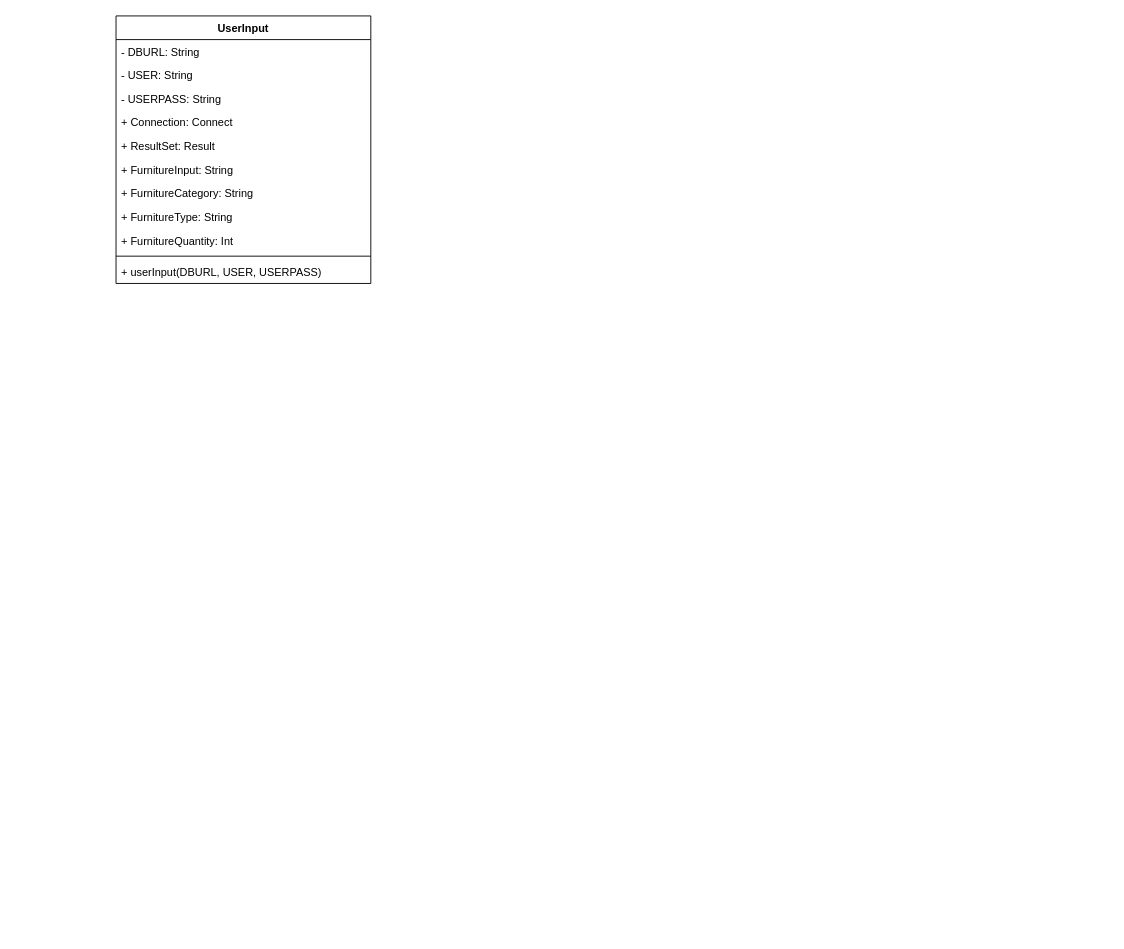
MushtabaA/Supply-Chain-Project keeps this draw.io diagram as src/edu/ucalgary/ensf409/FinalProjectUML.drawio. Above is the earlier version. Source tidied: cells renumbered, new cells numbered last; positions are measured from the earlier drawing's top-left corner, leaving out a move shared by most shapes. Both pictures are drawn from the tidied source at 91%, with x=0, y=0 at pixel (116, 15).
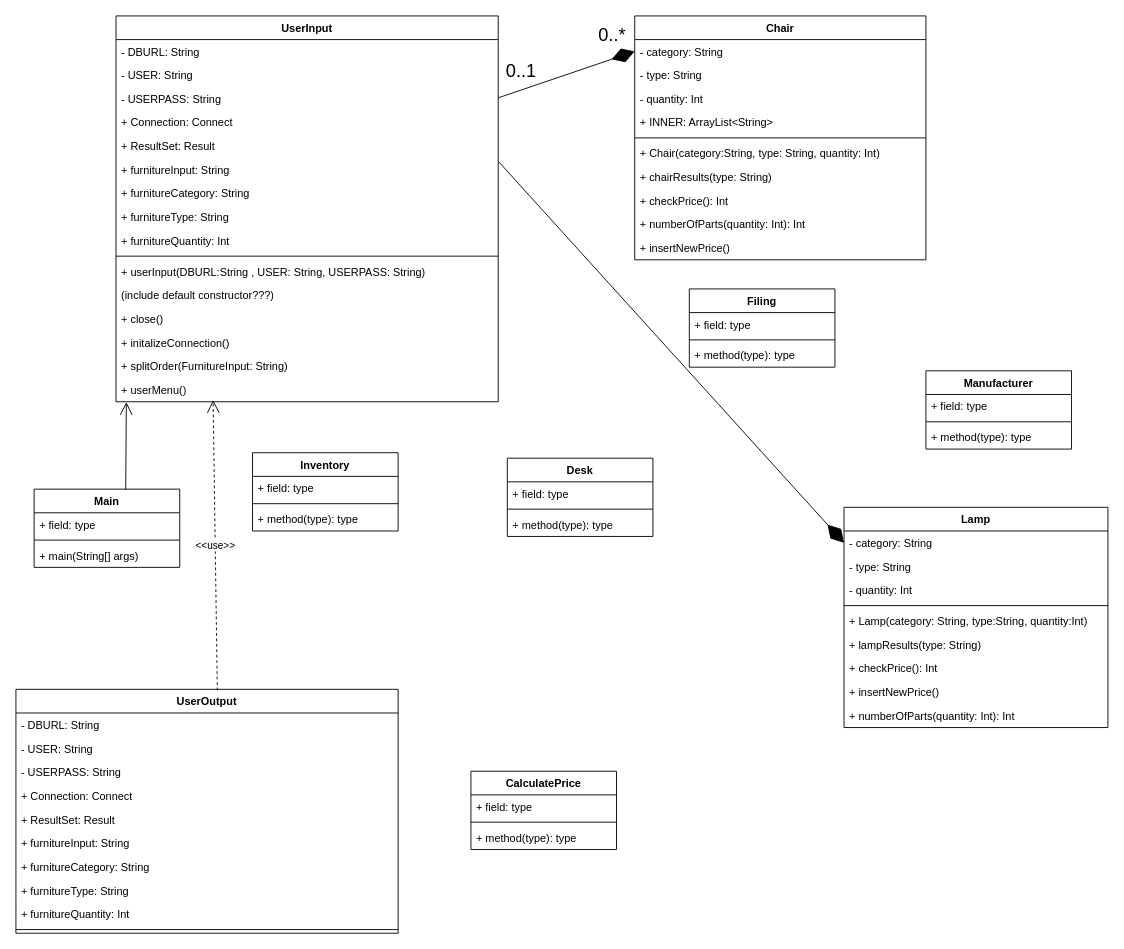
After the change.

Commit message:
Did the classes relationship and then included data memebers and methods

What changed in the source:
```diff
@@
     <mxCell id="2" value="UserInput" style="swimlane;fontStyle=1;align=center;verticalAlign=top;horizontal=1;startSize=26;" parent="1" vertex="1">
-      <mxGeometry width="280" height="294" as="geometry" />
+      <mxGeometry width="420" height="424" as="geometry" />
     </mxCell>
     <mxCell id="3" value="- DBURL: String" style="text;strokeColor=none;fillColor=none;align=left;verticalAlign=top;spacingLeft=4;spacingRight=4;overflow=hidden;" parent="2" vertex="1">
-      <mxGeometry y="26" width="280" height="26" as="geometry" />
+      <mxGeometry y="26" width="420" height="26" as="geometry" />
     </mxCell>
     <mxCell id="4" value="- USER: String " style="text;strokeColor=none;fillColor=none;align=left;verticalAlign=top;spacingLeft=4;spacingRight=4;overflow=hidden;" parent="2" vertex="1">
-      <mxGeometry y="52" width="280" height="26" as="geometry" />
+      <mxGeometry y="52" width="420" height="26" as="geometry" />
     </mxCell>
     <mxCell id="5" value="- USERPASS: String" style="text;strokeColor=none;fillColor=none;align=left;verticalAlign=top;spacingLeft=4;spacingRight=4;overflow=hidden;" parent="2" vertex="1">
-      <mxGeometry y="78" width="280" height="26" as="geometry" />
+      <mxGeometry y="78" width="420" height="26" as="geometry" />
     </mxCell>
     <mxCell id="6" value="+ Connection: Connect" style="text;strokeColor=none;fillColor=none;align=left;verticalAlign=top;spacingLeft=4;spacingRight=4;overflow=hidden;" parent="2" vertex="1">
-      <mxGeometry y="104" width="280" height="26" as="geometry" />
+      <mxGeometry y="104" width="420" height="26" as="geometry" />
     </mxCell>
     <mxCell id="7" value="+ ResultSet: Result" style="text;strokeColor=none;fillColor=none;align=left;verticalAlign=top;spacingLeft=4;spacingRight=4;overflow=hidden;" parent="2" vertex="1">
-      <mxGeometry y="130" width="280" height="26" as="geometry" />
+      <mxGeometry y="130" width="420" height="26" as="geometry" />
     </mxCell>
-    <mxCell id="8" value="+ FurnitureInput: String " style="text;strokeColor=none;fillColor=none;align=left;verticalAlign=top;spacingLeft=4;spacingRight=4;overflow=hidden;points=[[0,0.5],[1,0.5]];portConstraint=eastwest;" parent="2" vertex="1">
-      <mxGeometry y="156" width="280" height="26" as="geometry" />
+    <mxCell id="8" value="+ furnitureInput: String " style="text;strokeColor=none;fillColor=none;align=left;verticalAlign=top;spacingLeft=4;spacingRight=4;overflow=hidden;points=[[0,0.5],[1,0.5]];portConstraint=eastwest;" parent="2" vertex="1">
+      <mxGeometry y="156" width="420" height="26" as="geometry" />
     </mxCell>
-    <mxCell id="9" value="+ FurnitureCategory: String" style="text;strokeColor=none;fillColor=none;align=left;verticalAlign=top;spacingLeft=4;spacingRight=4;overflow=hidden;" parent="2" vertex="1">
-      <mxGeometry y="182" width="280" height="26" as="geometry" />
+    <mxCell id="9" value="+ furnitureCategory: String" style="text;strokeColor=none;fillColor=none;align=left;verticalAlign=top;spacingLeft=4;spacingRight=4;overflow=hidden;" parent="2" vertex="1">
+      <mxGeometry y="182" width="420" height="26" as="geometry" />
     </mxCell>
-    <mxCell id="10" value="+ FurnitureType: String" style="text;strokeColor=none;fillColor=none;align=left;verticalAlign=top;spacingLeft=4;spacingRight=4;overflow=hidden;" parent="2" vertex="1">
-      <mxGeometry y="208" width="280" height="26" as="geometry" />
+    <mxCell id="10" value="+ furnitureType: String" style="text;strokeColor=none;fillColor=none;align=left;verticalAlign=top;spacingLeft=4;spacingRight=4;overflow=hidden;" parent="2" vertex="1">
+      <mxGeometry y="208" width="420" height="26" as="geometry" />
     </mxCell>
-    <mxCell id="11" value="+ FurnitureQuantity: Int" style="text;strokeColor=none;fillColor=none;align=left;verticalAlign=top;spacingLeft=4;spacingRight=4;overflow=hidden;" parent="2" vertex="1">
-      <mxGeometry y="234" width="280" height="26" as="geometry" />
+    <mxCell id="11" value="+ furnitureQuantity: Int" style="text;strokeColor=none;fillColor=none;align=left;verticalAlign=top;spacingLeft=4;spacingRight=4;overflow=hidden;" parent="2" vertex="1">
+      <mxGeometry y="234" width="420" height="26" as="geometry" />
     </mxCell>
     <mxCell id="12" style="line;strokeWidth=1;fillColor=none;align=left;verticalAlign=middle;spacingTop=-1;spacingLeft=3;spacingRight=3;labelPosition=right;" parent="2" vertex="1">
-      <mxGeometry y="260" width="280" height="8" as="geometry" />
+      <mxGeometry y="260" width="420" height="8" as="geometry" />
     </mxCell>
-    <mxCell id="13" value="+ userInput(DBURL, USER, USERPASS)" style="text;strokeColor=none;fillColor=none;align=left;verticalAlign=top;spacingLeft=4;spacingRight=4;overflow=hidden;" parent="2" vertex="1">
-      <mxGeometry y="268" width="280" height="26" as="geometry" />
+    <mxCell id="13" value="+ userInput(DBURL:String , USER: String, USERPASS: String)" style="text;strokeColor=none;fillColor=none;align=left;verticalAlign=top;spacingLeft=4;spacingRight=4;overflow=hidden;" parent="2" vertex="1">
+      <mxGeometry y="268" width="420" height="26" as="geometry" />
     </mxCell>
+    <mxCell id="14" value="(include default constructor???)" style="text;strokeColor=none;fillColor=none;align=left;verticalAlign=top;spacingLeft=4;spacingRight=4;overflow=hidden;" parent="2" vertex="1">
+      <mxGeometry y="294" width="420" height="26" as="geometry" />
+    </mxCell>
+    <mxCell id="15" value="+ close()" style="text;strokeColor=none;fillColor=none;align=left;verticalAlign=top;spacingLeft=4;spacingRight=4;overflow=hidden;" parent="2" vertex="1">
+      <mxGeometry y="320" width="420" height="26" as="geometry" />
+    </mxCell>
+    <mxCell id="16" value="+ initalizeConnection()" style="text;strokeColor=none;fillColor=none;align=left;verticalAlign=top;spacingLeft=4;spacingRight=4;overflow=hidden;" parent="2" vertex="1">
+      <mxGeometry y="346" width="420" height="26" as="geometry" />
+    </mxCell>
+    <mxCell id="17" value="+ splitOrder(FurnitureInput: String)" style="text;strokeColor=none;fillColor=none;align=left;verticalAlign=top;spacingLeft=4;spacingRight=4;overflow=hidden;" parent="2" vertex="1">
+      <mxGeometry y="372" width="420" height="26" as="geometry" />
+    </mxCell>
+    <mxCell id="18" value="+ userMenu()" style="text;strokeColor=none;fillColor=none;align=left;verticalAlign=top;spacingLeft=4;spacingRight=4;overflow=hidden;points=[[0,0.5],[1,0.5]];portConstraint=eastwest;" parent="2" vertex="1">
+      <mxGeometry y="398" width="420" height="26" as="geometry" />
+    </mxCell>
+    <mxCell id="19" value="Chair" style="swimlane;fontStyle=1;align=center;verticalAlign=top;horizontal=1;startSize=26;" parent="1" vertex="1">
+      <mxGeometry x="570" width="320" height="268" as="geometry" />
+    </mxCell>
+    <mxCell id="20" value="- category: String" style="text;strokeColor=none;fillColor=none;align=left;verticalAlign=top;spacingLeft=4;spacingRight=4;overflow=hidden;points=[[0,0.5],[1,0.5]];portConstraint=eastwest;" parent="19" vertex="1">
+      <mxGeometry y="26" width="320" height="26" as="geometry" />
+    </mxCell>
+    <mxCell id="21" value="- type: String" style="text;strokeColor=none;fillColor=none;align=left;verticalAlign=top;spacingLeft=4;spacingRight=4;overflow=hidden;" parent="19" vertex="1">
+      <mxGeometry y="52" width="320" height="26" as="geometry" />
+    </mxCell>
+    <mxCell id="22" value="- quantity: Int" style="text;strokeColor=none;fillColor=none;align=left;verticalAlign=top;spacingLeft=4;spacingRight=4;overflow=hidden;" parent="19" vertex="1">
+      <mxGeometry y="78" width="320" height="26" as="geometry" />
+    </mxCell>
+    <mxCell id="23" value="+ INNER: ArrayList&lt;String&gt;" style="text;strokeColor=none;fillColor=none;align=left;verticalAlign=top;spacingLeft=4;spacingRight=4;overflow=hidden;" parent="19" vertex="1">
+      <mxGeometry y="104" width="320" height="26" as="geometry" />
+    </mxCell>
+    <mxCell id="24" style="line;strokeWidth=1;fillColor=none;align=left;verticalAlign=middle;spacingTop=-1;spacingLeft=3;spacingRight=3;labelPosition=right;" parent="19" vertex="1">
+      <mxGeometry y="130" width="320" height="8" as="geometry" />
+    </mxCell>
+    <mxCell id="25" value="+ Chair(category:String, type: String, quantity: Int)" style="text;strokeColor=none;fillColor=none;align=left;verticalAlign=top;spacingLeft=4;spacingRight=4;overflow=hidden;" parent="19" vertex="1">
+      <mxGeometry y="138" width="320" height="26" as="geometry" />
+    </mxCell>
+    <mxCell id="26" value="+ chairResults(type: String)" style="text;strokeColor=none;fillColor=none;align=left;verticalAlign=top;spacingLeft=4;spacingRight=4;overflow=hidden;" parent="19" vertex="1">
+      <mxGeometry y="164" width="320" height="26" as="geometry" />
+    </mxCell>
+    <mxCell id="27" value="+ checkPrice(): Int" style="text;strokeColor=none;fillColor=none;align=left;verticalAlign=top;spacingLeft=4;spacingRight=4;overflow=hidden;" parent="19" vertex="1">
+      <mxGeometry y="190" width="320" height="26" as="geometry" />
+    </mxCell>
+    <mxCell id="28" value="+ numberOfParts(quantity: Int): Int" style="text;strokeColor=none;fillColor=none;align=left;verticalAlign=top;spacingLeft=4;spacingRight=4;overflow=hidden;" parent="19" vertex="1">
+      <mxGeometry y="216" width="320" height="26" as="geometry" />
+    </mxCell>
+    <mxCell id="29" value="+ insertNewPrice()" style="text;strokeColor=none;fillColor=none;align=left;verticalAlign=top;spacingLeft=4;spacingRight=4;overflow=hidden;" parent="19" vertex="1">
+      <mxGeometry y="242" width="320" height="26" as="geometry" />
+    </mxCell>
+    <mxCell id="30" value="CalculatePrice" style="swimlane;fontStyle=1;align=center;verticalAlign=top;horizontal=1;startSize=26;" parent="1" vertex="1">
+      <mxGeometry x="390" y="830" width="160" height="86" as="geometry" />
+    </mxCell>
+    <mxCell id="31" value="+ field: type" style="text;strokeColor=none;fillColor=none;align=left;verticalAlign=top;spacingLeft=4;spacingRight=4;overflow=hidden;" parent="30" vertex="1">
+      <mxGeometry y="26" width="160" height="26" as="geometry" />
+    </mxCell>
+    <mxCell id="32" style="line;strokeWidth=1;fillColor=none;align=left;verticalAlign=middle;spacingTop=-1;spacingLeft=3;spacingRight=3;labelPosition=right;" parent="30" vertex="1">
+      <mxGeometry y="52" width="160" height="8" as="geometry" />
+    </mxCell>
+    <mxCell id="33" value="+ method(type): type" style="text;strokeColor=none;fillColor=none;align=left;verticalAlign=top;spacingLeft=4;spacingRight=4;overflow=hidden;" parent="30" vertex="1">
+      <mxGeometry y="60" width="160" height="26" as="geometry" />
+    </mxCell>
+    <mxCell id="34" value="Filing" style="swimlane;fontStyle=1;align=center;verticalAlign=top;horizontal=1;startSize=26;" parent="1" vertex="1">
+      <mxGeometry x="630" y="300" width="160" height="86" as="geometry" />
+    </mxCell>
+    <mxCell id="35" value="+ field: type" style="text;strokeColor=none;fillColor=none;align=left;verticalAlign=top;spacingLeft=4;spacingRight=4;overflow=hidden;" parent="34" vertex="1">
+      <mxGeometry y="26" width="160" height="26" as="geometry" />
+    </mxCell>
+    <mxCell id="36" style="line;strokeWidth=1;fillColor=none;align=left;verticalAlign=middle;spacingTop=-1;spacingLeft=3;spacingRight=3;labelPosition=right;" parent="34" vertex="1">
+      <mxGeometry y="52" width="160" height="8" as="geometry" />
+    </mxCell>
+    <mxCell id="37" value="+ method(type): type" style="text;strokeColor=none;fillColor=none;align=left;verticalAlign=top;spacingLeft=4;spacingRight=4;overflow=hidden;" parent="34" vertex="1">
+      <mxGeometry y="60" width="160" height="26" as="geometry" />
+    </mxCell>
+    <mxCell id="38" value="Lamp" style="swimlane;fontStyle=1;align=center;verticalAlign=top;horizontal=1;startSize=26;" parent="1" vertex="1">
+      <mxGeometry x="800" y="540" width="290" height="242" as="geometry" />
+    </mxCell>
+    <mxCell id="39" value="- category: String" style="text;strokeColor=none;fillColor=none;align=left;verticalAlign=top;spacingLeft=4;spacingRight=4;overflow=hidden;points=[[0,0.5],[1,0.5]];portConstraint=eastwest;" parent="38" vertex="1">
+      <mxGeometry y="26" width="290" height="26" as="geometry" />
+    </mxCell>
+    <mxCell id="40" value="- type: String" style="text;strokeColor=none;fillColor=none;align=left;verticalAlign=top;spacingLeft=4;spacingRight=4;overflow=hidden;" parent="38" vertex="1">
+      <mxGeometry y="52" width="290" height="26" as="geometry" />
+    </mxCell>
+    <mxCell id="41" value="- quantity: Int" style="text;strokeColor=none;fillColor=none;align=left;verticalAlign=top;spacingLeft=4;spacingRight=4;overflow=hidden;" parent="38" vertex="1">
+      <mxGeometry y="78" width="290" height="26" as="geometry" />
+    </mxCell>
+    <mxCell id="42" style="line;strokeWidth=1;fillColor=none;align=left;verticalAlign=middle;spacingTop=-1;spacingLeft=3;spacingRight=3;labelPosition=right;" parent="38" vertex="1">
+      <mxGeometry y="104" width="290" height="8" as="geometry" />
+    </mxCell>
+    <mxCell id="43" value="+ Lamp(category: String, type:String, quantity:Int)" style="text;strokeColor=none;fillColor=none;align=left;verticalAlign=top;spacingLeft=4;spacingRight=4;overflow=hidden;" parent="38" vertex="1">
+      <mxGeometry y="112" width="290" height="26" as="geometry" />
+    </mxCell>
+    <mxCell id="44" value="+ lampResults(type: String)" style="text;strokeColor=none;fillColor=none;align=left;verticalAlign=top;spacingLeft=4;spacingRight=4;overflow=hidden;" parent="38" vertex="1">
+      <mxGeometry y="138" width="290" height="26" as="geometry" />
+    </mxCell>
+    <mxCell id="45" value="+ checkPrice(): Int" style="text;strokeColor=none;fillColor=none;align=left;verticalAlign=top;spacingLeft=4;spacingRight=4;overflow=hidden;" parent="38" vertex="1">
+      <mxGeometry y="164" width="290" height="26" as="geometry" />
+    </mxCell>
+    <mxCell id="46" value="+ insertNewPrice()" style="text;strokeColor=none;fillColor=none;align=left;verticalAlign=top;spacingLeft=4;spacingRight=4;overflow=hidden;" parent="38" vertex="1">
+      <mxGeometry y="190" width="290" height="26" as="geometry" />
+    </mxCell>
+    <mxCell id="47" value="+ numberOfParts(quantity: Int): Int" style="text;strokeColor=none;fillColor=none;align=left;verticalAlign=top;spacingLeft=4;spacingRight=4;overflow=hidden;" parent="38" vertex="1">
+      <mxGeometry y="216" width="290" height="26" as="geometry" />
+    </mxCell>
+    <mxCell id="48" value="Manufacturer" style="swimlane;fontStyle=1;align=center;verticalAlign=top;horizontal=1;startSize=26;" parent="1" vertex="1">
+      <mxGeometry x="890" y="390" width="160" height="86" as="geometry" />
+    </mxCell>
+    <mxCell id="49" value="+ field: type" style="text;strokeColor=none;fillColor=none;align=left;verticalAlign=top;spacingLeft=4;spacingRight=4;overflow=hidden;" parent="48" vertex="1">
+      <mxGeometry y="26" width="160" height="26" as="geometry" />
+    </mxCell>
+    <mxCell id="50" style="line;strokeWidth=1;fillColor=none;align=left;verticalAlign=middle;spacingTop=-1;spacingLeft=3;spacingRight=3;labelPosition=right;" parent="48" vertex="1">
+      <mxGeometry y="52" width="160" height="8" as="geometry" />
+    </mxCell>
+    <mxCell id="51" value="+ method(type): type" style="text;strokeColor=none;fillColor=none;align=left;verticalAlign=top;spacingLeft=4;spacingRight=4;overflow=hidden;" parent="48" vertex="1">
+      <mxGeometry y="60" width="160" height="26" as="geometry" />
+    </mxCell>
+    <mxCell id="52" value="Main" style="swimlane;fontStyle=1;align=center;verticalAlign=top;horizontal=1;startSize=26;" parent="1" vertex="1">
+      <mxGeometry x="-90" y="520" width="160" height="86" as="geometry" />
+    </mxCell>
+    <mxCell id="53" value="+ field: type" style="text;strokeColor=none;fillColor=none;align=left;verticalAlign=top;spacingLeft=4;spacingRight=4;overflow=hidden;" parent="52" vertex="1">
+      <mxGeometry y="26" width="160" height="26" as="geometry" />
+    </mxCell>
+    <mxCell id="54" style="line;strokeWidth=1;fillColor=none;align=left;verticalAlign=middle;spacingTop=-1;spacingLeft=3;spacingRight=3;labelPosition=right;" parent="52" vertex="1">
+      <mxGeometry y="52" width="160" height="8" as="geometry" />
+    </mxCell>
+    <mxCell id="55" value="+ main(String[] args)" style="text;strokeColor=none;fillColor=none;align=left;verticalAlign=top;spacingLeft=4;spacingRight=4;overflow=hidden;" parent="52" vertex="1">
+      <mxGeometry y="60" width="160" height="26" as="geometry" />
+    </mxCell>
+    <mxCell id="56" value="Inventory" style="swimlane;fontStyle=1;align=center;verticalAlign=top;horizontal=1;startSize=26;" parent="1" vertex="1">
+      <mxGeometry x="150" y="480" width="160" height="86" as="geometry" />
+    </mxCell>
+    <mxCell id="57" value="+ field: type" style="text;strokeColor=none;fillColor=none;align=left;verticalAlign=top;spacingLeft=4;spacingRight=4;overflow=hidden;" parent="56" vertex="1">
+      <mxGeometry y="26" width="160" height="26" as="geometry" />
+    </mxCell>
+    <mxCell id="58" style="line;strokeWidth=1;fillColor=none;align=left;verticalAlign=middle;spacingTop=-1;spacingLeft=3;spacingRight=3;labelPosition=right;" parent="56" vertex="1">
+      <mxGeometry y="52" width="160" height="8" as="geometry" />
+    </mxCell>
+    <mxCell id="59" value="+ method(type): type" style="text;strokeColor=none;fillColor=none;align=left;verticalAlign=top;spacingLeft=4;spacingRight=4;overflow=hidden;" parent="56" vertex="1">
+      <mxGeometry y="60" width="160" height="26" as="geometry" />
+    </mxCell>
+    <mxCell id="60" style="endArrow=diamondThin;endFill=1;endSize=24;html=1;entryX=0;entryY=0.5;entryDx=0;entryDy=0;" parent="1" edge="1" target="20">
+      <mxGeometry relative="1" as="geometry">
+        <mxPoint x="420" y="90" as="sourcePoint" />
+      </mxGeometry>
+    </mxCell>
+    <mxCell id="61" value="&lt;font style=&quot;font-size: 20px&quot;&gt;0..*&lt;/font&gt;" style="text;html=1;align=center;verticalAlign=middle;" parent="1" vertex="1">
+      <mxGeometry x="520" y="10" width="50" height="20" as="geometry" />
+    </mxCell>
+    <mxCell id="62" value="&lt;font style=&quot;font-size: 20px&quot;&gt;0..1&lt;/font&gt;" style="text;html=1;align=center;verticalAlign=middle;" parent="1" vertex="1">
+      <mxGeometry x="420" y="50" width="50" height="20" as="geometry" />
+    </mxCell>
+    <mxCell id="63" style="endArrow=open;endFill=1;endSize=12;html=1;entryX=0.027;entryY=1.014;entryDx=0;entryDy=0;entryPerimeter=0;exitX=0.629;exitY=0.006;exitDx=0;exitDy=0;exitPerimeter=0;" parent="1" edge="1" source="52" target="18">
+      <mxGeometry relative="1" as="geometry" />
+    </mxCell>
+    <mxCell id="64" style="endArrow=diamondThin;endFill=1;endSize=24;html=1;exitX=1.002;exitY=0.176;exitDx=0;exitDy=0;exitPerimeter=0;entryX=0;entryY=0.5;entryDx=0;entryDy=0;" parent="1" edge="1" source="8" target="39">
+      <mxGeometry relative="1" as="geometry" />
+    </mxCell>
+    <mxCell id="65" value="Desk" style="swimlane;fontStyle=1;align=center;verticalAlign=top;horizontal=1;startSize=26;" parent="1" vertex="1">
+      <mxGeometry x="430" y="486" width="160" height="86" as="geometry" />
+    </mxCell>
+    <mxCell id="66" value="+ field: type" style="text;strokeColor=none;fillColor=none;align=left;verticalAlign=top;spacingLeft=4;spacingRight=4;overflow=hidden;" parent="65" vertex="1">
+      <mxGeometry y="26" width="160" height="26" as="geometry" />
+    </mxCell>
+    <mxCell id="67" style="line;strokeWidth=1;fillColor=none;align=left;verticalAlign=middle;spacingTop=-1;spacingLeft=3;spacingRight=3;labelPosition=right;" parent="65" vertex="1">
+      <mxGeometry y="52" width="160" height="8" as="geometry" />
+    </mxCell>
+    <mxCell id="68" value="+ method(type): type" style="text;strokeColor=none;fillColor=none;align=left;verticalAlign=top;spacingLeft=4;spacingRight=4;overflow=hidden;" parent="65" vertex="1">
+      <mxGeometry y="60" width="160" height="26" as="geometry" />
+    </mxCell>
+    <mxCell id="69" value="UserOutput" style="swimlane;fontStyle=1;align=center;verticalAlign=top;horizontal=1;startSize=26;" parent="1" vertex="1">
+      <mxGeometry x="-110" y="740" width="420" height="268" as="geometry" />
+    </mxCell>
+    <mxCell id="70" value="- DBURL: String" style="text;strokeColor=none;fillColor=none;align=left;verticalAlign=top;spacingLeft=4;spacingRight=4;overflow=hidden;" parent="69" vertex="1">
+      <mxGeometry y="26" width="420" height="26" as="geometry" />
+    </mxCell>
+    <mxCell id="71" value="- USER: String " style="text;strokeColor=none;fillColor=none;align=left;verticalAlign=top;spacingLeft=4;spacingRight=4;overflow=hidden;" parent="69" vertex="1">
+      <mxGeometry y="52" width="420" height="26" as="geometry" />
+    </mxCell>
+    <mxCell id="72" value="- USERPASS: String" style="text;strokeColor=none;fillColor=none;align=left;verticalAlign=top;spacingLeft=4;spacingRight=4;overflow=hidden;" parent="69" vertex="1">
+      <mxGeometry y="78" width="420" height="26" as="geometry" />
+    </mxCell>
+    <mxCell id="73" value="+ Connection: Connect" style="text;strokeColor=none;fillColor=none;align=left;verticalAlign=top;spacingLeft=4;spacingRight=4;overflow=hidden;" parent="69" vertex="1">
+      <mxGeometry y="104" width="420" height="26" as="geometry" />
+    </mxCell>
+    <mxCell id="74" value="+ ResultSet: Result" style="text;strokeColor=none;fillColor=none;align=left;verticalAlign=top;spacingLeft=4;spacingRight=4;overflow=hidden;" parent="69" vertex="1">
+      <mxGeometry y="130" width="420" height="26" as="geometry" />
+    </mxCell>
+    <mxCell id="75" value="+ furnitureInput: String " style="text;strokeColor=none;fillColor=none;align=left;verticalAlign=top;spacingLeft=4;spacingRight=4;overflow=hidden;" parent="69" vertex="1">
+      <mxGeometry y="156" width="420" height="26" as="geometry" />
+    </mxCell>
+    <mxCell id="76" value="+ furnitureCategory: String" style="text;strokeColor=none;fillColor=none;align=left;verticalAlign=top;spacingLeft=4;spacingRight=4;overflow=hidden;" parent="69" vertex="1">
+      <mxGeometry y="182" width="420" height="26" as="geometry" />
+    </mxCell>
+    <mxCell id="77" value="+ furnitureType: String" style="text;strokeColor=none;fillColor=none;align=left;verticalAlign=top;spacingLeft=4;spacingRight=4;overflow=hidden;" parent="69" vertex="1">
+      <mxGeometry y="208" width="420" height="26" as="geometry" />
+    </mxCell>
+    <mxCell id="78" value="+ furnitureQuantity: Int" style="text;strokeColor=none;fillColor=none;align=left;verticalAlign=top;spacingLeft=4;spacingRight=4;overflow=hidden;" parent="69" vertex="1">
+      <mxGeometry y="234" width="420" height="26" as="geometry" />
+    </mxCell>
+    <mxCell id="79" style="line;strokeWidth=1;fillColor=none;align=left;verticalAlign=middle;spacingTop=-1;spacingLeft=3;spacingRight=3;labelPosition=right;" parent="69" vertex="1">
+      <mxGeometry y="260" width="420" height="8" as="geometry" />
+    </mxCell>
+    <mxCell id="80" value="&amp;lt;&amp;lt;use&amp;gt;&amp;gt;" style="endArrow=open;endSize=12;dashed=1;html=1;exitX=0.527;exitY=0.004;exitDx=0;exitDy=0;entryX=0.254;entryY=0.931;entryDx=0;entryDy=0;entryPerimeter=0;exitPerimeter=0;" parent="1" edge="1" source="69" target="18">
+      <mxGeometry relative="1" as="geometry" />
+    </mxCell>
```
